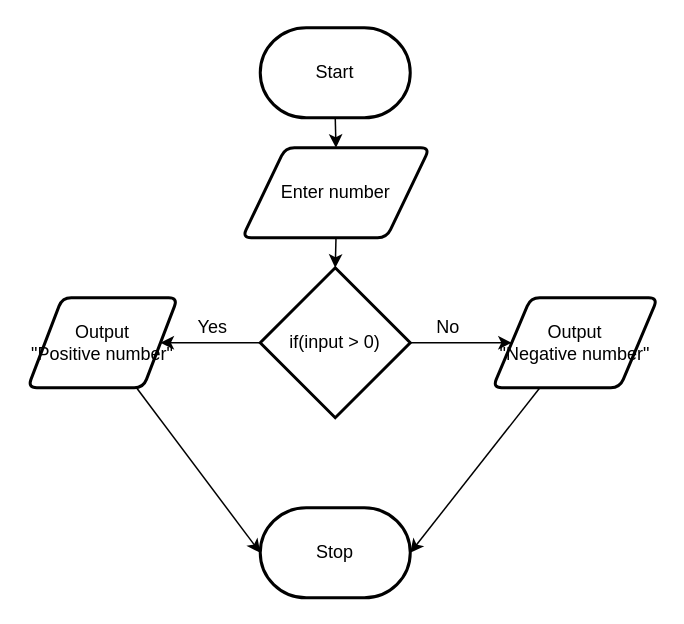
The draw.io diagram design/flowchart.drawio in Evgeny-Vovk/ICS2O-Unit5-02-HTML, before the edit. Source tidied: cells renumbered, new cells numbered last; positions are measured from the earlier drawing's top-left corner, leaving out a move shared by most shapes. Both pictures are drawn from the tidied source at 150%, with x=0, y=0 at pixel (27, 27).
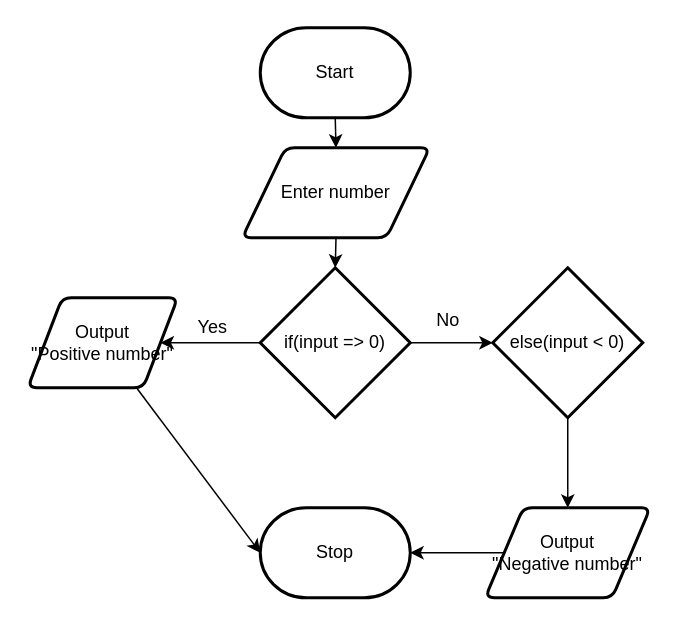
The same page after the edit.

What changed in the source:
```diff
@@
 <mxGraphModel>
   <root>
     <mxCell id="0" />
     <mxCell id="1" parent="0" />
     <mxCell id="2" value="Stop" style="strokeWidth=2;html=1;shape=mxgraph.flowchart.terminator;whiteSpace=wrap;" parent="1" vertex="1">
       <mxGeometry x="155" y="320" width="100" height="60" as="geometry" />
     </mxCell>
     <mxCell id="3" style="edgeStyle=none;html=1;exitX=0.5;exitY=1;exitDx=0;exitDy=0;exitPerimeter=0;entryX=0.5;entryY=0;entryDx=0;entryDy=0;" parent="1" edge="1" source="4" target="6">
       <mxGeometry relative="1" as="geometry" />
     </mxCell>
     <mxCell id="4" value="Start" style="strokeWidth=2;html=1;shape=mxgraph.flowchart.terminator;whiteSpace=wrap;" parent="1" vertex="1">
       <mxGeometry x="155" width="100" height="60" as="geometry" />
     </mxCell>
     <mxCell id="5" style="edgeStyle=none;html=1;exitX=0.5;exitY=1;exitDx=0;exitDy=0;entryX=0.5;entryY=0;entryDx=0;entryDy=0;entryPerimeter=0;" parent="1" edge="1" source="6" target="9">
       <mxGeometry relative="1" as="geometry" />
     </mxCell>
     <mxCell id="6" value="Enter number" style="shape=parallelogram;html=1;strokeWidth=2;perimeter=parallelogramPerimeter;whiteSpace=wrap;rounded=1;arcSize=12;size=0.23;" parent="1" vertex="1">
       <mxGeometry x="143" y="80" width="125" height="60" as="geometry" />
     </mxCell>
     <mxCell id="7" style="edgeStyle=none;html=1;entryX=1;entryY=0.5;entryDx=0;entryDy=0;" parent="1" edge="1" source="9" target="13">
       <mxGeometry relative="1" as="geometry" />
     </mxCell>
-    <mxCell id="8" style="edgeStyle=none;html=1;" parent="1" edge="1" source="9" target="11">
-      <mxGeometry relative="1" as="geometry" />
-    </mxCell>
+    <mxCell id="16" style="edgeStyle=none;html=1;exitX=1;exitY=0.5;exitDx=0;exitDy=0;exitPerimeter=0;entryX=0;entryY=0.5;entryDx=0;entryDy=0;entryPerimeter=0;" parent="1" edge="1" source="9" target="18">
+      <mxGeometry relative="1" as="geometry" />
+    </mxCell>
-    <mxCell id="9" value="if(input &amp;gt; 0)" style="strokeWidth=2;html=1;shape=mxgraph.flowchart.decision;whiteSpace=wrap;" parent="1" vertex="1">
+    <mxCell id="9" value="if(input =&amp;gt; 0)" style="strokeWidth=2;html=1;shape=mxgraph.flowchart.decision;whiteSpace=wrap;" parent="1" vertex="1">
       <mxGeometry x="155" y="160" width="100" height="100" as="geometry" />
     </mxCell>
     <mxCell id="10" style="edgeStyle=none;html=1;entryX=1;entryY=0.5;entryDx=0;entryDy=0;entryPerimeter=0;" parent="1" edge="1" source="11" target="2">
       <mxGeometry relative="1" as="geometry" />
     </mxCell>
     <mxCell id="11" value="Output&lt;br&gt;&quot;Negative number&quot;" style="shape=parallelogram;html=1;strokeWidth=2;perimeter=parallelogramPerimeter;whiteSpace=wrap;rounded=1;arcSize=12;size=0.23;" parent="1" vertex="1">
-      <mxGeometry x="310" y="180" width="110" height="60" as="geometry" />
+      <mxGeometry x="305" y="320" width="110" height="60" as="geometry" />
     </mxCell>
     <mxCell id="12" style="edgeStyle=none;html=1;entryX=0;entryY=0.5;entryDx=0;entryDy=0;entryPerimeter=0;" parent="1" edge="1" source="13" target="2">
       <mxGeometry relative="1" as="geometry" />
     </mxCell>
     <mxCell id="13" value="Output&lt;br&gt;&quot;Positive number&quot;" style="shape=parallelogram;html=1;strokeWidth=2;perimeter=parallelogramPerimeter;whiteSpace=wrap;rounded=1;arcSize=12;size=0.23;" parent="1" vertex="1">
       <mxGeometry y="180" width="100" height="60" as="geometry" />
     </mxCell>
     <mxCell id="14" value="Yes" style="text;html=1;align=center;verticalAlign=middle;strokeColor=none;fillColor=none;" parent="1" vertex="1">
       <mxGeometry x="103" y="190" width="40" height="20" as="geometry" />
     </mxCell>
     <mxCell id="15" value="No" style="text;html=1;align=center;verticalAlign=middle;strokeColor=none;fillColor=none;" parent="1" vertex="1">
-      <mxGeometry x="265" y="190" width="30" height="20" as="geometry" />
+      <mxGeometry x="265" y="185" width="30" height="20" as="geometry" />
     </mxCell>
+    <mxCell id="17" style="edgeStyle=none;html=1;exitX=0.5;exitY=1;exitDx=0;exitDy=0;exitPerimeter=0;entryX=0.5;entryY=0;entryDx=0;entryDy=0;" parent="1" edge="1" source="18" target="11">
+      <mxGeometry relative="1" as="geometry" />
+    </mxCell>
+    <mxCell id="18" value="else(input &amp;lt; 0)" style="strokeWidth=2;html=1;shape=mxgraph.flowchart.decision;whiteSpace=wrap;" parent="1" vertex="1">
+      <mxGeometry x="310" y="160" width="100" height="100" as="geometry" />
+    </mxCell>
   </root>
 </mxGraphModel>
```
